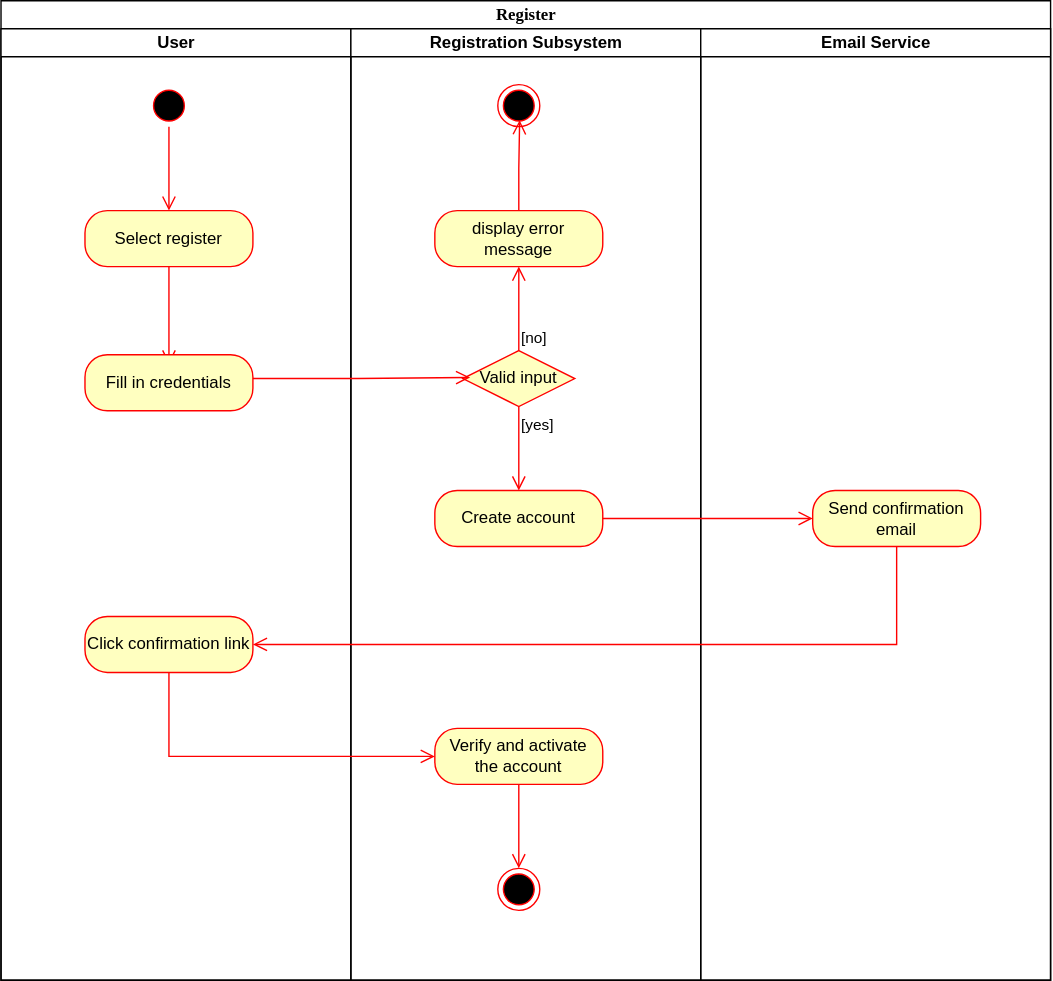
Above: Register Activity Diagram.svg in Simamkele88/IFM3_GP (draw.io), before the change. Source tidied: cells renumbered, new cells last; positions are measured from the earlier drawing's top-left corner, leaving out a move shared by most shapes.
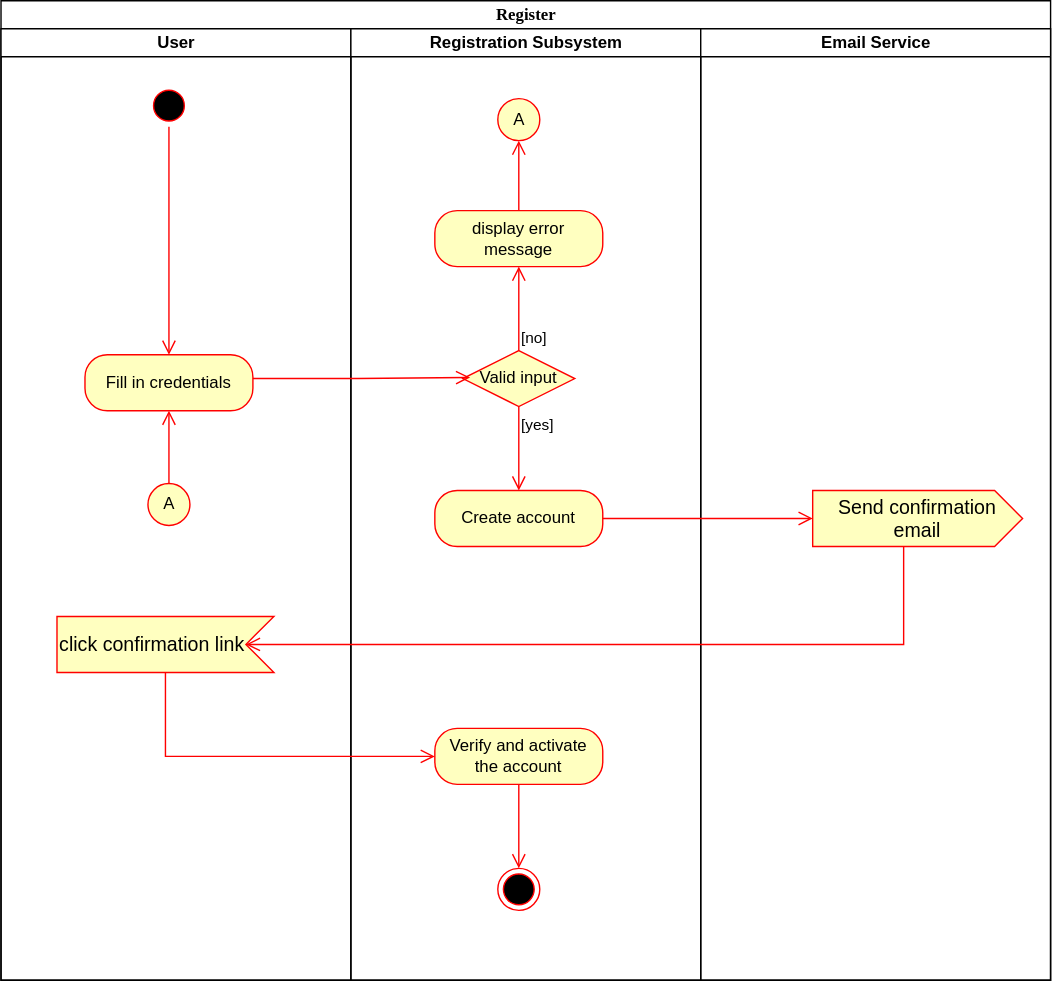
After the change.

Change to the diagram source:
```diff
@@ -11,21 +11,21 @@
     <mxCell id="4" style="ellipse;html=1;shape=startState;fillColor=#000000;strokeColor=#ff0000;" parent="3" vertex="1">
       <mxGeometry x="105" y="40" width="30" height="30" as="geometry" />
     </mxCell>
-    <mxCell id="5" style="edgeStyle=orthogonalEdgeStyle;html=1;verticalAlign=bottom;endArrow=open;endSize=8;strokeColor=#ff0000;rounded=0;exitX=0.5;exitY=1;exitDx=0;exitDy=0;entryX=0.5;entryY=0;entryDx=0;entryDy=0;" parent="3" edge="1" source="4" target="6">
+    <mxCell id="5" style="edgeStyle=orthogonalEdgeStyle;html=1;verticalAlign=bottom;endArrow=open;endSize=8;strokeColor=#ff0000;rounded=0;exitX=0.5;exitY=1;exitDx=0;exitDy=0;entryX=0.5;entryY=0;entryDx=0;entryDy=0;" parent="3" edge="1" source="4" target="8">
       <mxGeometry relative="1" as="geometry" />
     </mxCell>
-    <mxCell id="6" value="Select register" style="rounded=1;whiteSpace=wrap;html=1;arcSize=40;fontColor=#000000;fillColor=#ffffc0;strokeColor=#ff0000;" parent="3" vertex="1">
-      <mxGeometry x="60" y="130" width="120" height="40" as="geometry" />
-    </mxCell>
-    <mxCell id="7" style="edgeStyle=orthogonalEdgeStyle;html=1;verticalAlign=bottom;endArrow=open;endSize=8;strokeColor=#ff0000;rounded=0;entryX=0.5;entryY=0.175;entryDx=0;entryDy=0;entryPerimeter=0;" parent="3" edge="1" source="6" target="8">
-      <mxGeometry relative="1" as="geometry" />
-    </mxCell>
     <mxCell id="8" value="Fill in credentials" style="rounded=1;whiteSpace=wrap;html=1;arcSize=40;fontColor=#000000;fillColor=#ffffc0;strokeColor=#ff0000;" parent="3" vertex="1">
       <mxGeometry x="60" y="233" width="120" height="40" as="geometry" />
     </mxCell>
-    <mxCell id="9" value="Click confirmation link" style="rounded=1;whiteSpace=wrap;html=1;arcSize=40;fontColor=#000000;fillColor=#ffffc0;strokeColor=#ff0000;" parent="3" vertex="1">
-      <mxGeometry x="60" y="420" width="120" height="40" as="geometry" />
-    </mxCell>
+    <mxCell id="27" value="click confirmation link" style="html=1;shape=mxgraph.infographic.ribbonSimple;notch1=20;notch2=0;align=left;verticalAlign=middle;fontSize=14;fontStyle=0;flipH=1;fillColor=#FFFFC0;whiteSpace=wrap;strokeColor=#FF0000;" parent="3" vertex="1">
+      <mxGeometry x="40" y="420" width="155" height="40" as="geometry" />
+    </mxCell>
+    <mxCell id="28" style="edgeStyle=orthogonalEdgeStyle;html=1;align=left;verticalAlign=bottom;endArrow=open;endSize=8;strokeColor=#ff0000;rounded=0;exitX=0.5;exitY=0;exitDx=0;exitDy=0;" parent="3" edge="1" source="29" target="8">
+      <mxGeometry x="-1" relative="1" as="geometry" />
+    </mxCell>
+    <mxCell id="29" value="A" style="ellipse;html=1;strokeColor=#FF0000;fillColor=#FFFFC0;" parent="3" vertex="1">
+      <mxGeometry x="105" y="325" width="30" height="30" as="geometry" />
+    </mxCell>
     <mxCell id="10" value="Registration Subsystem" style="swimlane;html=1;startSize=20;" parent="2" vertex="1">
       <mxGeometry x="250" y="20" width="250" height="680" as="geometry" />
     </mxCell>
@@ -44,12 +44,9 @@
     <mxCell id="15" value="display error message" style="rounded=1;whiteSpace=wrap;html=1;arcSize=40;fontColor=#000000;fillColor=#ffffc0;strokeColor=#ff0000;" parent="10" vertex="1">
       <mxGeometry x="60" y="130" width="120" height="40" as="geometry" />
     </mxCell>
-    <mxCell id="16" style="edgeStyle=orthogonalEdgeStyle;html=1;align=left;verticalAlign=bottom;endArrow=open;endSize=8;strokeColor=#ff0000;rounded=0;entryX=0.52;entryY=0.847;entryDx=0;entryDy=0;entryPerimeter=0;" parent="10" edge="1" source="15" target="17">
+    <mxCell id="16" style="edgeStyle=orthogonalEdgeStyle;html=1;align=left;verticalAlign=bottom;endArrow=open;endSize=8;strokeColor=#ff0000;rounded=0;entryX=0.5;entryY=1;entryDx=0;entryDy=0;" parent="10" edge="1" source="15" target="30">
       <mxGeometry x="-1" relative="1" as="geometry" />
     </mxCell>
-    <mxCell id="17" style="ellipse;html=1;shape=endState;fillColor=#000000;strokeColor=#ff0000;" parent="10" vertex="1">
-      <mxGeometry x="105" y="40" width="30" height="30" as="geometry" />
-    </mxCell>
     <mxCell id="18" value="Verify and activate the account" style="rounded=1;whiteSpace=wrap;html=1;arcSize=40;fontColor=#000000;fillColor=#ffffc0;strokeColor=#ff0000;" parent="10" vertex="1">
       <mxGeometry x="60" y="500" width="120" height="40" as="geometry" />
     </mxCell>
@@ -59,22 +56,29 @@
     <mxCell id="20" style="ellipse;html=1;shape=endState;fillColor=#000000;strokeColor=#ff0000;" parent="10" vertex="1">
       <mxGeometry x="105" y="600" width="30" height="30" as="geometry" />
     </mxCell>
+    <mxCell id="30" value="A" style="ellipse;html=1;strokeColor=#FF0000;fillColor=#FFFFC0;" parent="10" vertex="1">
+      <mxGeometry x="105" y="50" width="30" height="30" as="geometry" />
+    </mxCell>
     <mxCell id="21" value="Email Service" style="swimlane;html=1;startSize=20;" parent="2" vertex="1">
       <mxGeometry x="500" y="20" width="250" height="680" as="geometry" />
     </mxCell>
-    <mxCell id="22" value="Send confirmation email" style="rounded=1;whiteSpace=wrap;html=1;arcSize=40;fontColor=#000000;fillColor=#ffffc0;strokeColor=#ff0000;" parent="21" vertex="1">
-      <mxGeometry x="80" y="330" width="120" height="40" as="geometry" />
+    <mxCell id="22" value="Send confirmation email" style="html=1;shape=mxgraph.infographic.ribbonSimple;notch1=0;notch2=20;align=center;verticalAlign=middle;fontSize=14;fontStyle=0;fillColor=#FFFFC0;whiteSpace=wrap;strokeColor=light-dark(#FF0000,#EDEDED);" parent="21" vertex="1">
+      <mxGeometry x="80" y="330" width="150" height="40" as="geometry" />
     </mxCell>
     <mxCell id="23" style="edgeStyle=orthogonalEdgeStyle;html=1;verticalAlign=bottom;endArrow=open;endSize=8;strokeColor=#ff0000;rounded=0;entryX=0.065;entryY=0.481;entryDx=0;entryDy=0;entryPerimeter=0;exitX=1;exitY=0.425;exitDx=0;exitDy=0;exitPerimeter=0;" parent="2" edge="1" source="8" target="11">
       <mxGeometry relative="1" as="geometry" />
     </mxCell>
-    <mxCell id="24" style="edgeStyle=orthogonalEdgeStyle;html=1;verticalAlign=bottom;endArrow=open;endSize=8;strokeColor=#ff0000;rounded=0;exitX=1;exitY=0.5;exitDx=0;exitDy=0;entryX=0;entryY=0.5;entryDx=0;entryDy=0;" parent="2" edge="1" source="14" target="22">
+    <mxCell id="24" style="edgeStyle=orthogonalEdgeStyle;html=1;verticalAlign=bottom;endArrow=open;endSize=8;strokeColor=#ff0000;rounded=0;exitX=1;exitY=0.5;exitDx=0;exitDy=0;" parent="2" edge="1" source="14" target="22">
       <mxGeometry relative="1" as="geometry" />
     </mxCell>
-    <mxCell id="25" style="edgeStyle=orthogonalEdgeStyle;html=1;verticalAlign=bottom;endArrow=open;endSize=8;strokeColor=#ff0000;rounded=0;entryX=1;entryY=0.5;entryDx=0;entryDy=0;exitX=0.5;exitY=1;exitDx=0;exitDy=0;" parent="2" edge="1" source="22" target="9">
-      <mxGeometry relative="1" as="geometry" />
+    <mxCell id="25" style="edgeStyle=orthogonalEdgeStyle;html=1;verticalAlign=bottom;endArrow=open;endSize=8;strokeColor=#ff0000;rounded=0;entryX=0;entryY=0;entryDx=20;entryDy=20;exitX=0;exitY=0;exitDx=65;exitDy=40;exitPerimeter=0;entryPerimeter=0;" parent="2" edge="1" source="22" target="27">
+      <mxGeometry relative="1" as="geometry">
+        <Array as="points">
+          <mxPoint x="645" y="460" />
+        </Array>
+      </mxGeometry>
     </mxCell>
-    <mxCell id="26" style="edgeStyle=orthogonalEdgeStyle;html=1;verticalAlign=bottom;endArrow=open;endSize=8;strokeColor=#ff0000;rounded=0;entryX=0;entryY=0.5;entryDx=0;entryDy=0;exitX=0.5;exitY=1;exitDx=0;exitDy=0;" parent="2" edge="1" source="9" target="18">
+    <mxCell id="26" style="edgeStyle=orthogonalEdgeStyle;html=1;verticalAlign=bottom;endArrow=open;endSize=8;strokeColor=#ff0000;rounded=0;entryX=0;entryY=0.5;entryDx=0;entryDy=0;exitX=0;exitY=0;exitDx=77.5;exitDy=40;exitPerimeter=0;" parent="2" edge="1" source="27" target="18">
       <mxGeometry relative="1" as="geometry" />
     </mxCell>
   </root>
```
